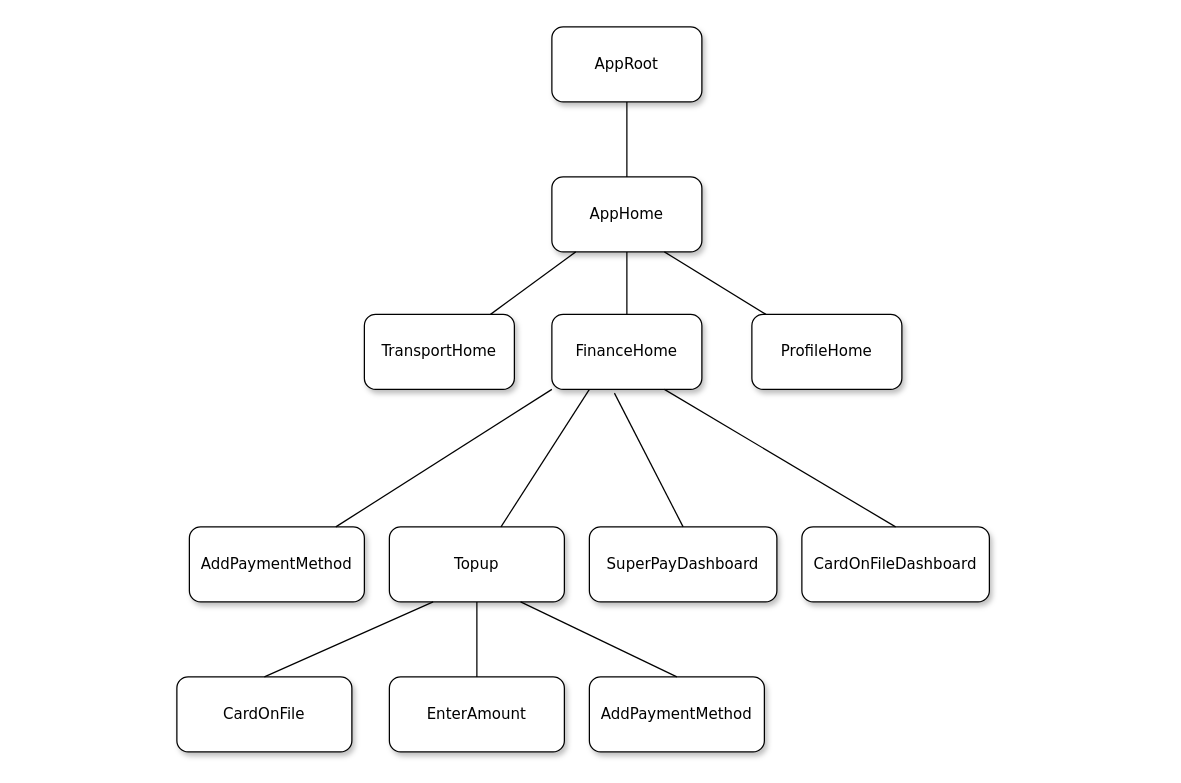
This is page "모노리틱 - RIB tree" (1 of 3) of SuperAppRIBTree.drawio from gookhee/diagrams, a draw.io file, before an edit. Source tidied: cells renumbered, new cells numbered last; positions are measured from the earlier drawing's top-left corner, leaving out a move shared by most shapes. Both pictures are drawn from the tidied source at 125%, with x=0, y=0 at pixel (176, 26).
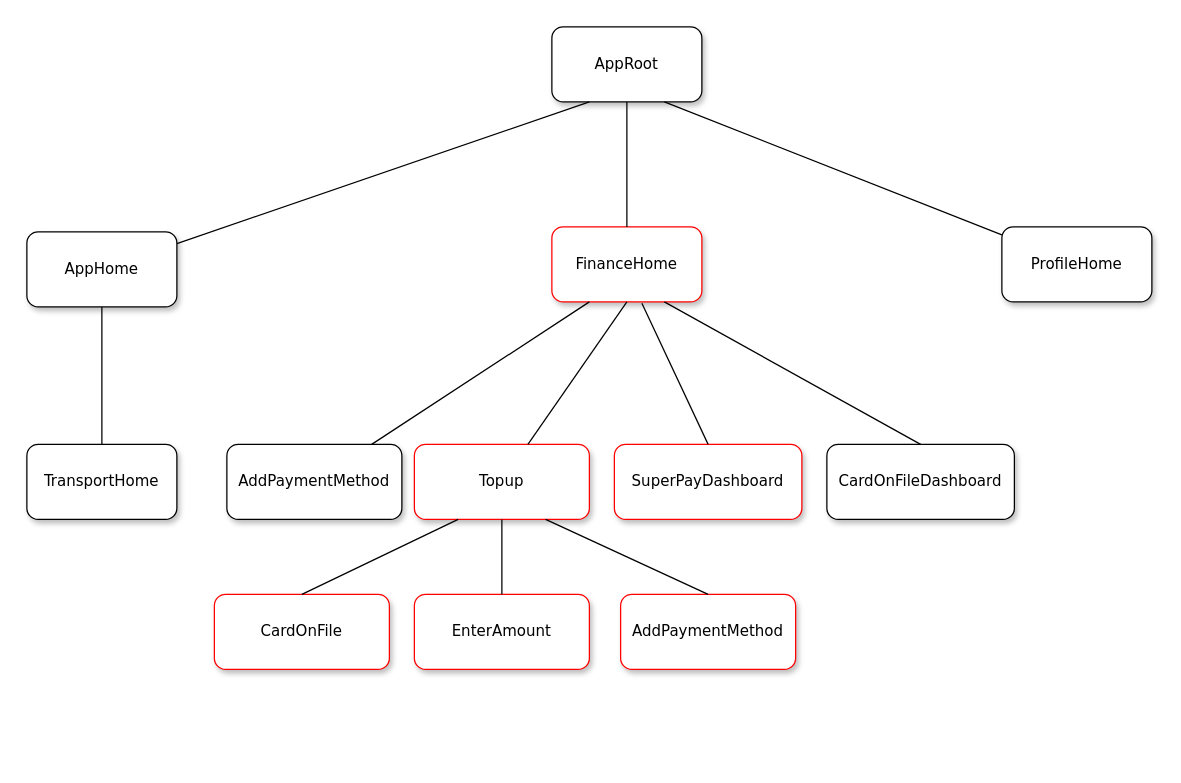
The same diagram, later.

The change refers to these unchanged cells:
```xml
<mxCell id="2" value="AppRoot" style="whiteSpace=wrap;html=1;rounded=1;shadow=1;labelBackgroundColor=none;strokeWidth=1;fontFamily=Verdana;fontSize=12;align=center;" parent="1" vertex="1">
  <mxGeometry x="300" width="120" height="60" as="geometry" />
</mxCell>
```

Change to the diagram source:
```diff
@@
-    <mxCell id="3" value="&lt;span&gt;AppHome&lt;/span&gt;" style="whiteSpace=wrap;html=1;rounded=1;shadow=1;labelBackgroundColor=none;strokeWidth=1;fontFamily=Verdana;fontSize=12;align=center;" parent="1" vertex="1">
-      <mxGeometry x="300" y="120" width="120" height="60" as="geometry" />
+    <mxCell id="3" value="&lt;span&gt;TransportHome&lt;/span&gt;" style="whiteSpace=wrap;html=1;rounded=1;shadow=1;labelBackgroundColor=none;strokeWidth=1;fontFamily=Verdana;fontSize=12;align=center;" parent="1" vertex="1">
+      <mxGeometry x="-120" y="334" width="120" height="60" as="geometry" />
     </mxCell>
-    <mxCell id="4" style="rounded=0;html=1;labelBackgroundColor=none;startArrow=none;startFill=0;startSize=5;endArrow=none;endFill=0;endSize=5;jettySize=auto;strokeWidth=1;fontFamily=Verdana;fontSize=12;" parent="1" edge="1" source="2" target="3">
+    <mxCell id="4" style="rounded=0;html=1;labelBackgroundColor=none;startArrow=none;startFill=0;startSize=5;endArrow=none;endFill=0;endSize=5;jettySize=auto;strokeWidth=1;fontFamily=Verdana;fontSize=12;exitX=0.5;exitY=1;exitDx=0;exitDy=0;" parent="1" edge="1" source="5" target="3">
       <mxGeometry x="-0.36" y="-11" relative="1" as="geometry" />
     </mxCell>
-    <mxCell id="5" value="TransportHome" style="whiteSpace=wrap;html=1;rounded=1;shadow=1;labelBackgroundColor=none;strokeWidth=1;fontFamily=Verdana;fontSize=12;align=center;" parent="1" vertex="1">
-      <mxGeometry x="150" y="230" width="120" height="60" as="geometry" />
+    <mxCell id="5" value="AppHome" style="whiteSpace=wrap;html=1;rounded=1;shadow=1;labelBackgroundColor=none;strokeWidth=1;fontFamily=Verdana;fontSize=12;align=center;" parent="1" vertex="1">
+      <mxGeometry x="-120" y="164" width="120" height="60" as="geometry" />
     </mxCell>
-    <mxCell id="6" value="&lt;span&gt;FinanceHome&lt;/span&gt;" style="whiteSpace=wrap;html=1;rounded=1;shadow=1;labelBackgroundColor=none;strokeWidth=1;fontFamily=Verdana;fontSize=12;align=center;" parent="1" vertex="1">
-      <mxGeometry x="300" y="230" width="120" height="60" as="geometry" />
+    <mxCell id="6" value="&lt;span&gt;FinanceHome&lt;/span&gt;" style="whiteSpace=wrap;html=1;rounded=1;shadow=1;labelBackgroundColor=none;strokeWidth=1;fontFamily=Verdana;fontSize=12;align=center;strokeColor=#FF0000;" parent="1" vertex="1">
+      <mxGeometry x="300" y="160" width="120" height="60" as="geometry" />
     </mxCell>
     <mxCell id="7" value="&lt;span&gt;AddPaymentMethod&lt;/span&gt;" style="whiteSpace=wrap;html=1;rounded=1;shadow=1;labelBackgroundColor=none;strokeWidth=1;fontFamily=Verdana;fontSize=12;align=center;" parent="1" vertex="1">
-      <mxGeometry x="10" y="400" width="140" height="60" as="geometry" />
+      <mxGeometry x="40" y="334" width="140" height="60" as="geometry" />
     </mxCell>
     <mxCell id="8" value="&lt;span&gt;ProfileHome&lt;/span&gt;" style="whiteSpace=wrap;html=1;rounded=1;shadow=1;labelBackgroundColor=none;strokeWidth=1;fontFamily=Verdana;fontSize=12;align=center;" parent="1" vertex="1">
-      <mxGeometry x="460" y="230" width="120" height="60" as="geometry" />
+      <mxGeometry x="660" y="160" width="120" height="60" as="geometry" />
     </mxCell>
-    <mxCell id="9" style="rounded=0;html=1;labelBackgroundColor=none;startArrow=none;startFill=0;startSize=5;endArrow=none;endFill=0;endSize=5;jettySize=auto;strokeWidth=1;fontFamily=Verdana;fontSize=12;" parent="1" edge="1" source="3" target="5">
+    <mxCell id="9" style="rounded=0;html=1;labelBackgroundColor=none;startArrow=none;startFill=0;startSize=5;endArrow=none;endFill=0;endSize=5;jettySize=auto;strokeWidth=1;fontFamily=Verdana;fontSize=12;exitX=0.25;exitY=1;exitDx=0;exitDy=0;" parent="1" edge="1" source="2" target="5">
       <mxGeometry x="-0.2" y="-14" relative="1" as="geometry" />
     </mxCell>
-    <mxCell id="10" style="rounded=0;html=1;labelBackgroundColor=none;startArrow=none;startFill=0;startSize=5;endArrow=none;endFill=0;endSize=5;jettySize=auto;strokeWidth=1;fontFamily=Verdana;fontSize=12;" parent="1" edge="1" source="3" target="6">
+    <mxCell id="10" style="rounded=0;html=1;labelBackgroundColor=none;startArrow=none;startFill=0;startSize=5;endArrow=none;endFill=0;endSize=5;jettySize=auto;strokeWidth=1;fontFamily=Verdana;fontSize=12;exitX=0.5;exitY=1;exitDx=0;exitDy=0;" parent="1" edge="1" source="2" target="6">
       <mxGeometry x="-0.2" y="14" relative="1" as="geometry" />
     </mxCell>
@@
-    <mxCell id="13" style="rounded=0;html=1;labelBackgroundColor=none;startArrow=none;startFill=0;startSize=5;endArrow=none;endFill=0;endSize=5;jettySize=auto;strokeWidth=1;fontFamily=Verdana;fontSize=12;exitX=0;exitY=1;exitDx=0;exitDy=0;" parent="1" edge="1" source="6" target="7">
+    <mxCell id="13" style="rounded=0;html=1;labelBackgroundColor=none;startArrow=none;startFill=0;startSize=5;endArrow=none;endFill=0;endSize=5;jettySize=auto;strokeWidth=1;fontFamily=Verdana;fontSize=12;exitX=0.25;exitY=1;exitDx=0;exitDy=0;" parent="1" edge="1" source="6" target="7">
       <mxGeometry x="-0.22" y="-14" relative="1" as="geometry" />
     </mxCell>
-    <mxCell id="14" style="rounded=0;html=1;labelBackgroundColor=none;startArrow=none;startFill=0;startSize=5;endArrow=none;endFill=0;endSize=5;jettySize=auto;strokeWidth=1;fontFamily=Verdana;fontSize=12;exitX=0.75;exitY=1;exitDx=0;exitDy=0;" parent="1" edge="1" source="3" target="8">
+    <mxCell id="14" style="rounded=0;html=1;labelBackgroundColor=none;startArrow=none;startFill=0;startSize=5;endArrow=none;endFill=0;endSize=5;jettySize=auto;strokeWidth=1;fontFamily=Verdana;fontSize=12;exitX=0.75;exitY=1;exitDx=0;exitDy=0;" parent="1" edge="1" source="2" target="8">
       <mxGeometry x="-0.28" y="12" relative="1" as="geometry" />
     </mxCell>
-    <mxCell id="15" value="SuperPayDashboard" style="whiteSpace=wrap;html=1;rounded=1;shadow=1;labelBackgroundColor=none;strokeWidth=1;fontFamily=Verdana;fontSize=12;align=center;" parent="1" vertex="1">
-      <mxGeometry x="330" y="400" width="150" height="60" as="geometry" />
+    <mxCell id="15" value="SuperPayDashboard" style="whiteSpace=wrap;html=1;rounded=1;shadow=1;labelBackgroundColor=none;strokeWidth=1;fontFamily=Verdana;fontSize=12;align=center;strokeColor=#FF0000;" parent="1" vertex="1">
+      <mxGeometry x="350" y="334" width="150" height="60" as="geometry" />
     </mxCell>
     <mxCell id="16" value="CardOnFileDashboard" style="whiteSpace=wrap;html=1;rounded=1;shadow=1;labelBackgroundColor=none;strokeWidth=1;fontFamily=Verdana;fontSize=12;align=center;" parent="1" vertex="1">
-      <mxGeometry x="500" y="400" width="150" height="60" as="geometry" />
+      <mxGeometry x="520" y="334" width="150" height="60" as="geometry" />
     </mxCell>
-    <mxCell id="17" style="rounded=0;html=1;labelBackgroundColor=none;startArrow=none;startFill=0;startSize=5;endArrow=none;endFill=0;endSize=5;jettySize=auto;strokeWidth=1;fontFamily=Verdana;fontSize=12;exitX=0.417;exitY=1.05;exitDx=0;exitDy=0;entryX=0.5;entryY=0;entryDx=0;entryDy=0;exitPerimeter=0;" parent="1" edge="1" source="6" target="15">
+    <mxCell id="17" style="rounded=0;html=1;labelBackgroundColor=none;startArrow=none;startFill=0;startSize=5;endArrow=none;endFill=0;endSize=5;jettySize=auto;strokeWidth=1;fontFamily=Verdana;fontSize=12;exitX=0.6;exitY=1.017;exitDx=0;exitDy=0;entryX=0.5;entryY=0;entryDx=0;entryDy=0;exitPerimeter=0;" parent="1" edge="1" source="6" target="15">
       <mxGeometry x="-0.22" y="-14" relative="1" as="geometry" />
     </mxCell>
@@
-    <mxCell id="19" value="&lt;span&gt;Topup&lt;/span&gt;" style="whiteSpace=wrap;html=1;rounded=1;shadow=1;labelBackgroundColor=none;strokeWidth=1;fontFamily=Verdana;fontSize=12;align=center;" parent="1" vertex="1">
-      <mxGeometry x="170" y="400" width="140" height="60" as="geometry" />
+    <mxCell id="19" value="&lt;span&gt;Topup&lt;/span&gt;" style="whiteSpace=wrap;html=1;rounded=1;shadow=1;labelBackgroundColor=none;strokeWidth=1;fontFamily=Verdana;fontSize=12;align=center;strokeColor=#FF0000;" parent="1" vertex="1">
+      <mxGeometry x="190" y="334" width="140" height="60" as="geometry" />
     </mxCell>
-    <mxCell id="20" style="rounded=0;html=1;labelBackgroundColor=none;startArrow=none;startFill=0;startSize=5;endArrow=none;endFill=0;endSize=5;jettySize=auto;strokeWidth=1;fontFamily=Verdana;fontSize=12;exitX=0.25;exitY=1;exitDx=0;exitDy=0;" parent="1" edge="1" source="6" target="19">
+    <mxCell id="20" style="rounded=0;html=1;labelBackgroundColor=none;startArrow=none;startFill=0;startSize=5;endArrow=none;endFill=0;endSize=5;jettySize=auto;strokeWidth=1;fontFamily=Verdana;fontSize=12;exitX=0.5;exitY=1;exitDx=0;exitDy=0;" parent="1" edge="1" source="6" target="19">
       <mxGeometry x="-0.22" y="-14" relative="1" as="geometry" />
     </mxCell>
-    <mxCell id="21" value="&lt;span&gt;CardOnFile&lt;/span&gt;" style="whiteSpace=wrap;html=1;rounded=1;shadow=1;labelBackgroundColor=none;strokeWidth=1;fontFamily=Verdana;fontSize=12;align=center;" parent="1" vertex="1">
-      <mxGeometry y="520" width="140" height="60" as="geometry" />
+    <mxCell id="21" value="&lt;span&gt;CardOnFile&lt;/span&gt;" style="whiteSpace=wrap;html=1;rounded=1;shadow=1;labelBackgroundColor=none;strokeWidth=1;fontFamily=Verdana;fontSize=12;align=center;strokeColor=#FF0000;" parent="1" vertex="1">
+      <mxGeometry x="30" y="454" width="140" height="60" as="geometry" />
     </mxCell>
-    <mxCell id="22" value="&lt;span&gt;EnterAmount&lt;/span&gt;" style="whiteSpace=wrap;html=1;rounded=1;shadow=1;labelBackgroundColor=none;strokeWidth=1;fontFamily=Verdana;fontSize=12;align=center;" parent="1" vertex="1">
-      <mxGeometry x="170" y="520" width="140" height="60" as="geometry" />
+    <mxCell id="22" value="&lt;span&gt;EnterAmount&lt;/span&gt;" style="whiteSpace=wrap;html=1;rounded=1;shadow=1;labelBackgroundColor=none;strokeWidth=1;fontFamily=Verdana;fontSize=12;align=center;strokeColor=#FF0000;" parent="1" vertex="1">
+      <mxGeometry x="190" y="454" width="140" height="60" as="geometry" />
     </mxCell>
@@
-    <mxCell id="25" value="&lt;span&gt;AddPaymentMethod&lt;/span&gt;" style="whiteSpace=wrap;html=1;rounded=1;shadow=1;labelBackgroundColor=none;strokeWidth=1;fontFamily=Verdana;fontSize=12;align=center;" parent="1" vertex="1">
-      <mxGeometry x="330" y="520" width="140" height="60" as="geometry" />
+    <mxCell id="25" value="&lt;span&gt;AddPaymentMethod&lt;/span&gt;" style="whiteSpace=wrap;html=1;rounded=1;shadow=1;labelBackgroundColor=none;strokeWidth=1;fontFamily=Verdana;fontSize=12;align=center;strokeColor=#FF0000;" parent="1" vertex="1">
+      <mxGeometry x="355" y="454" width="140" height="60" as="geometry" />
     </mxCell>
```
